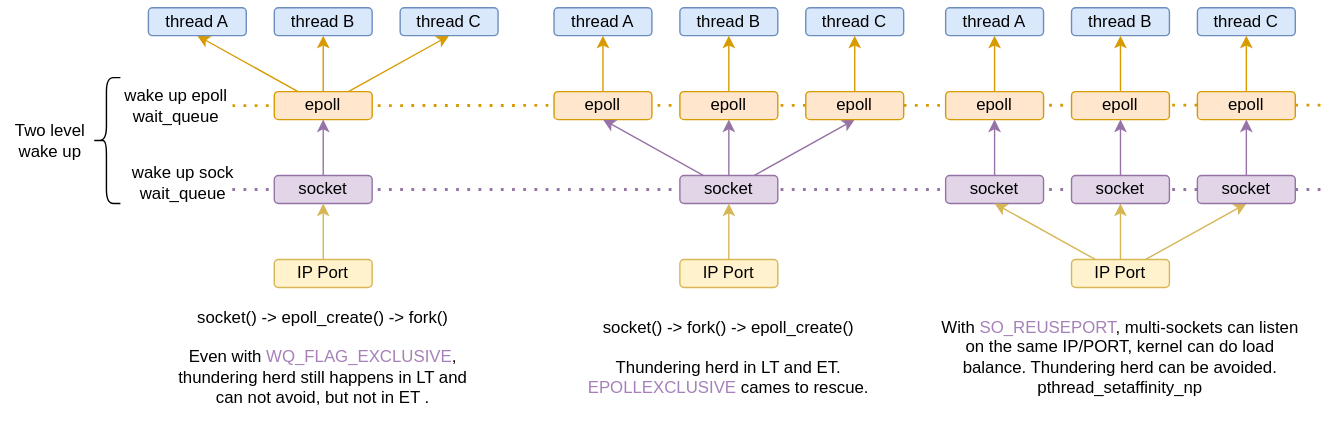
Earlier version of the draw.io export images/kernel/net-epoll-thread-model.svg (jemmy512/book-notes). Source tidied: cells renumbered, new cells last; positions are measured from the earlier drawing's top-left corner, leaving out a move shared by most shapes.
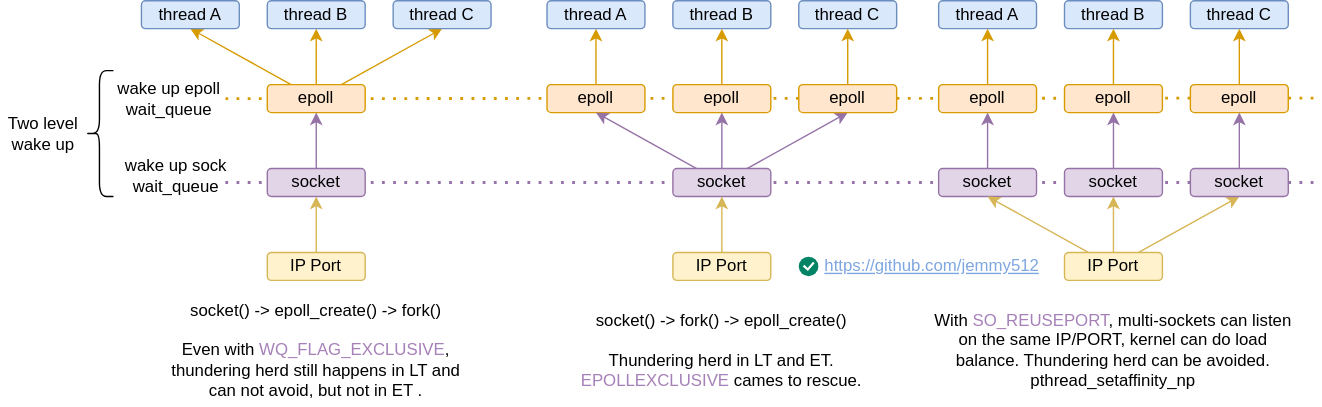
After the commit.

Diff of the diagram source:
```diff
@@ -170,5 +170,11 @@
     <mxCell id="55" value="&lt;span style=&quot;&quot;&gt;Two level wake up&lt;/span&gt;" style="text;html=1;strokeColor=none;fillColor=none;align=center;verticalAlign=middle;whiteSpace=wrap;rounded=0;fontColor=#000000;" parent="1" vertex="1">
       <mxGeometry y="80" width="60" height="30" as="geometry" />
     </mxCell>
+    <mxCell id="56" style="html=1;shadow=0;dashed=0;shape=mxgraph.atlassian.checkbox;fillColor=#008465;strokeColor=none;html=1;sketch=0;" parent="1" vertex="1">
+      <mxGeometry x="570" y="183" width="14" height="14" as="geometry" />
+    </mxCell>
+    <mxCell id="57" value="https://github.com/jemmy512" style="text;html=1;strokeColor=none;fillColor=none;whiteSpace=wrap;align=center;verticalAlign=middle;fontColor=#7EA6E0;fontStyle=4;" parent="1" vertex="1">
+      <mxGeometry x="580.1" y="170" width="170.9" height="40" as="geometry" />
+    </mxCell>
   </root>
 </mxGraphModel>
```
